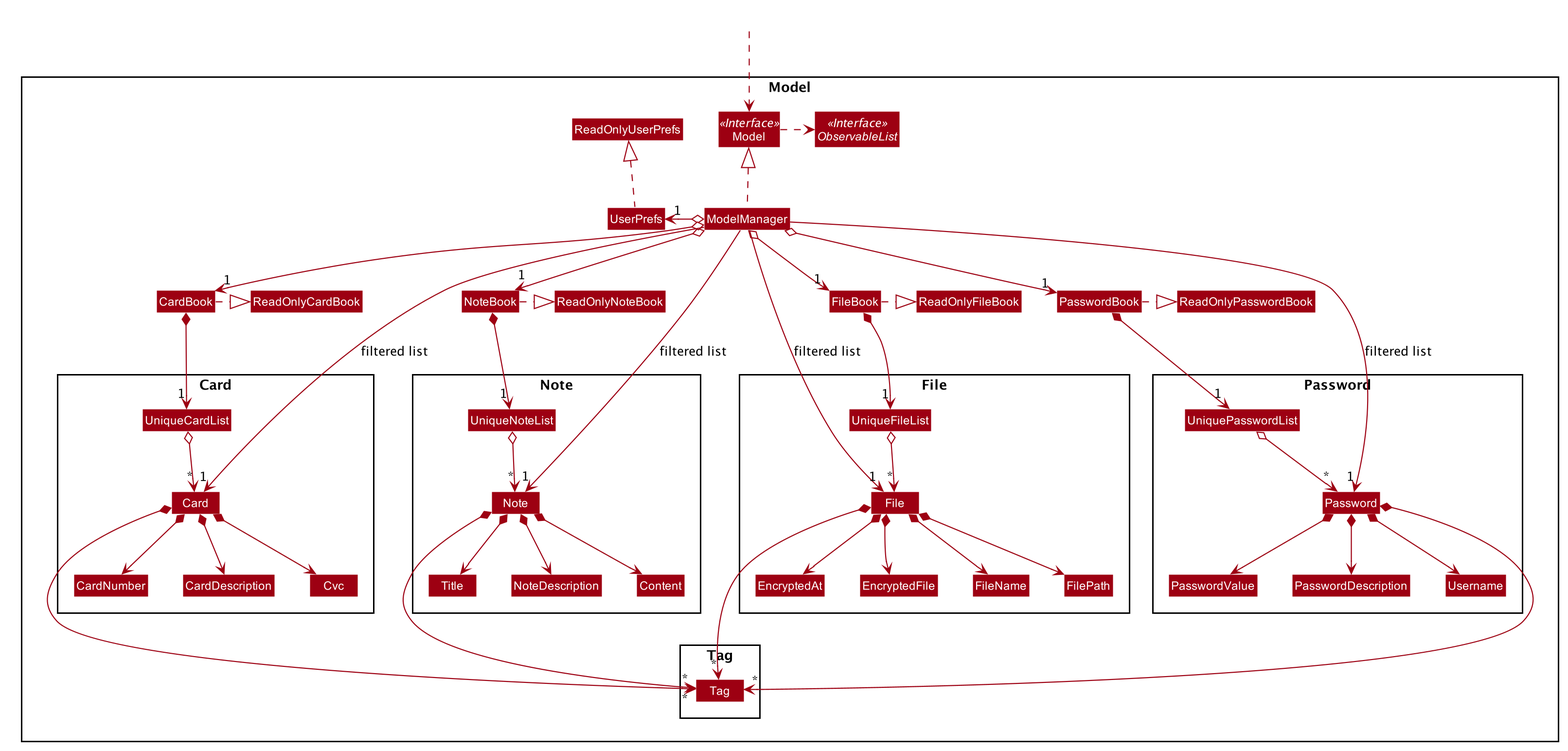
This is docs/images/ModelClassDiagram.png from nus-cs2103-AY1920S1/addressbook-level3, a PlantUML export, as it was before one commit.
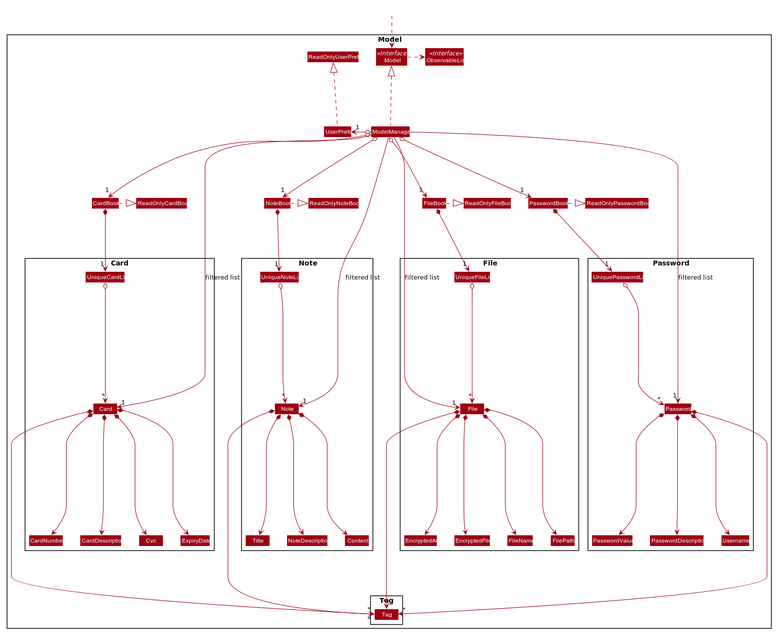
Above is the later version.

Commit message:
Add in app screenshots and modify class diagram

The edit, as a diff of the source:
```diff
@@ -1,4 +1,5 @@
 @startuml
+
 
 
 
@@ -82,6 +83,7 @@
 Class CardNumber
 Class CardDescription
 Class Cvc
+Class ExpiryDate
 Class UniqueCardList
 }
 
@@ -133,6 +135,7 @@
 Card *--> CardDescription
 Card *--> CardNumber
 Card *--> Cvc
+Card *--> ExpiryDate
 Card *-down-> "*" Tag
 
 PasswordBook *--> "1" UniquePasswordList
```
